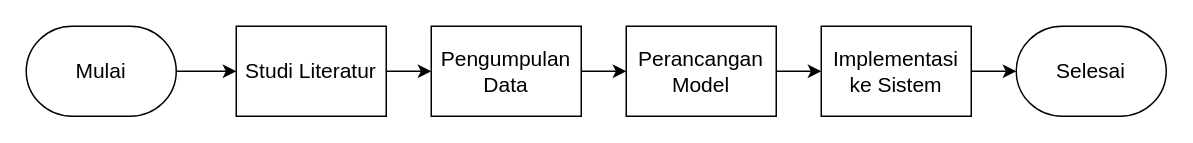
Earlier version of the draw.io diagram metopen.drawio (meisyareptiana/design_database). Source tidied: cells renumbered, new cells numbered last; positions are measured from the earlier drawing's top-left corner, leaving out a move shared by most shapes. Both pictures are drawn from the tidied source at 150%, with x=0, y=0 at pixel (26, 26).
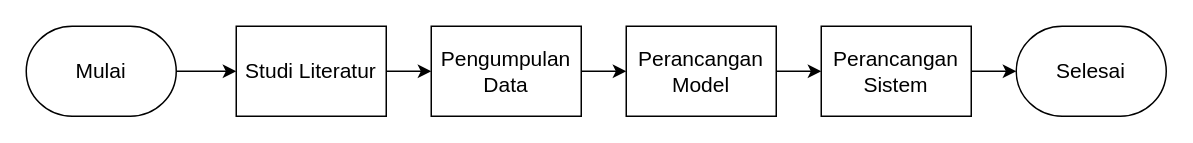
After the change.

What changed in the source:
```diff
@@
 <mxGraphModel>
   <root>
     <mxCell id="0" />
     <mxCell id="1" parent="0" />
     <mxCell id="2" style="edgeStyle=orthogonalEdgeStyle;rounded=0;jettySize=auto;html=1;" parent="1" edge="1" source="3" target="7">
       <mxGeometry relative="1" as="geometry" />
     </mxCell>
     <mxCell id="3" value="&lt;font style=&quot;font-size: 14px;&quot;&gt;Mulai&lt;/font&gt;" style="html=1;shape=mxgraph.flowchart.terminator;whiteSpace=wrap;" parent="1" vertex="1">
       <mxGeometry width="100" height="60" as="geometry" />
     </mxCell>
     <mxCell id="4" style="edgeStyle=orthogonalEdgeStyle;rounded=0;jettySize=auto;html=1;" parent="1" edge="1" source="5" target="9">
       <mxGeometry relative="1" as="geometry" />
     </mxCell>
     <mxCell id="5" value="&lt;font style=&quot;font-size: 14px;&quot;&gt;Pengumpulan Data&lt;/font&gt;" style="rounded=0;whiteSpace=wrap;html=1;" parent="1" vertex="1">
       <mxGeometry x="270" width="100" height="60" as="geometry" />
     </mxCell>
     <mxCell id="6" style="edgeStyle=orthogonalEdgeStyle;rounded=0;jettySize=auto;html=1;" parent="1" edge="1" source="7" target="5">
       <mxGeometry relative="1" as="geometry" />
     </mxCell>
     <mxCell id="7" value="&lt;font style=&quot;font-size: 14px;&quot;&gt;Studi Literatur&lt;/font&gt;" style="rounded=0;whiteSpace=wrap;html=1;" parent="1" vertex="1">
       <mxGeometry x="140" width="100" height="60" as="geometry" />
     </mxCell>
     <mxCell id="8" style="edgeStyle=orthogonalEdgeStyle;rounded=0;jettySize=auto;html=1;" parent="1" edge="1" source="9" target="11">
       <mxGeometry relative="1" as="geometry" />
     </mxCell>
     <mxCell id="9" value="&lt;font style=&quot;font-size: 14px;&quot;&gt;Perancangan Model&lt;/font&gt;" style="rounded=0;whiteSpace=wrap;html=1;" parent="1" vertex="1">
       <mxGeometry x="400" width="100" height="60" as="geometry" />
     </mxCell>
     <mxCell id="10" style="edgeStyle=orthogonalEdgeStyle;rounded=0;jettySize=auto;html=1;" parent="1" edge="1" source="11" target="12">
       <mxGeometry relative="1" as="geometry" />
     </mxCell>
-    <mxCell id="11" value="&lt;font style=&quot;font-size: 14px;&quot;&gt;Implementasi ke Sistem&lt;/font&gt;" style="rounded=0;whiteSpace=wrap;html=1;" parent="1" vertex="1">
+    <mxCell id="11" value="&lt;span style=&quot;font-size: 14px;&quot;&gt;Perancangan Sistem&lt;/span&gt;" style="rounded=0;whiteSpace=wrap;html=1;" parent="1" vertex="1">
       <mxGeometry x="530" width="100" height="60" as="geometry" />
     </mxCell>
     <mxCell id="12" value="&lt;font style=&quot;font-size: 14px;&quot;&gt;Selesai&lt;/font&gt;" style="html=1;shape=mxgraph.flowchart.terminator;whiteSpace=wrap;" parent="1" vertex="1">
       <mxGeometry x="660" width="100" height="60" as="geometry" />
     </mxCell>
   </root>
 </mxGraphModel>
```
